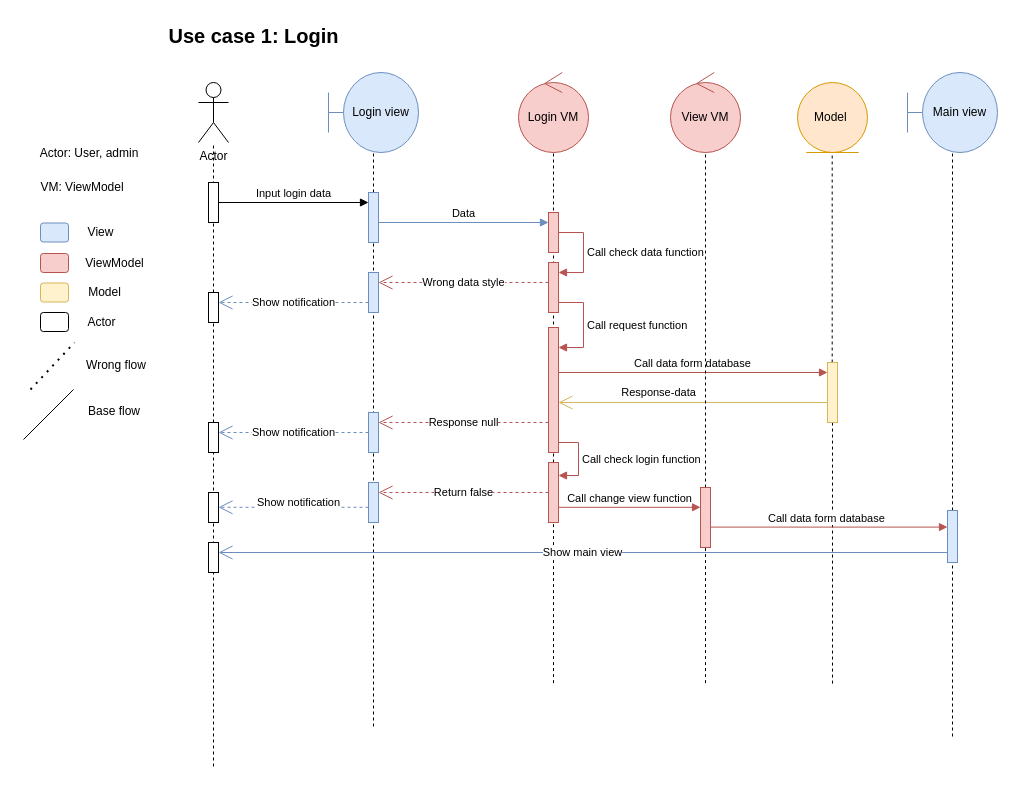
Before: page "Login" (3 of 13) of Diagram.drawio in DnhTrn/finall_project, a draw.io diagram. Source tidied: cells renumbered, new cells numbered last; positions are measured from the earlier drawing's top-left corner, leaving out a move shared by most shapes. Both pictures are drawn from the tidied source at 100%, with x=0, y=0 at pixel (17, 17).
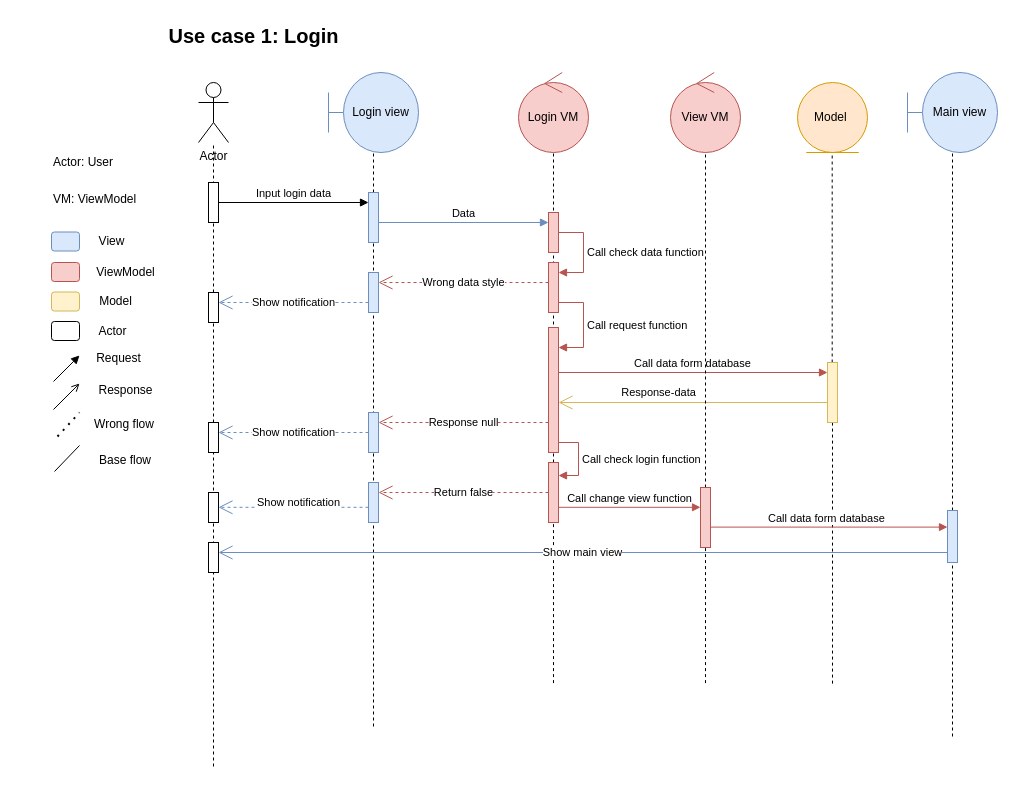
The same page after the edit.

The edit, as a diff of the source:
```diff
@@
-    <mxCell id="53" value="&lt;div style=&quot;text-align: left;&quot;&gt;&lt;span style=&quot;background-color: initial;&quot;&gt;VM: ViewModel&lt;/span&gt;&lt;/div&gt;" style="text;html=1;align=center;verticalAlign=middle;whiteSpace=wrap;rounded=0;" parent="1" vertex="1">
-      <mxGeometry y="155" width="130" height="30" as="geometry" />
+    <mxCell id="53" value="&lt;div style=&quot;&quot;&gt;&lt;span style=&quot;background-color: initial;&quot;&gt;VM: ViewModel&lt;/span&gt;&lt;/div&gt;" style="text;html=1;align=left;verticalAlign=middle;whiteSpace=wrap;rounded=0;" parent="1" vertex="1">
+      <mxGeometry x="34" y="167" width="101" height="30" as="geometry" />
     </mxCell>
-    <mxCell id="54" style="rounded=1;whiteSpace=wrap;html=1;fillColor=#dae8fc;strokeColor=#6c8ebf;" parent="1" vertex="1">
-      <mxGeometry x="23" y="205.5" width="28" height="19" as="geometry" />
-    </mxCell>
+    <mxCell id="68" style="rounded=1;whiteSpace=wrap;html=1;fillColor=#dae8fc;strokeColor=#6c8ebf;" parent="1" vertex="1">
+      <mxGeometry x="34" y="214.5" width="28" height="19" as="geometry" />
+    </mxCell>
     <mxCell id="55" value="View" style="text;html=1;align=center;verticalAlign=middle;strokeColor=none;fillColor=none;" parent="1" vertex="1">
-      <mxGeometry x="61" y="202" width="44" height="26" as="geometry" />
+      <mxGeometry x="72" y="211" width="44" height="26" as="geometry" />
     </mxCell>
-    <mxCell id="56" style="rounded=1;whiteSpace=wrap;html=1;fillColor=#f8cecc;strokeColor=#b85450;" parent="1" vertex="1">
-      <mxGeometry x="23" y="236" width="28" height="19" as="geometry" />
-    </mxCell>
+    <mxCell id="69" style="rounded=1;whiteSpace=wrap;html=1;fillColor=#f8cecc;strokeColor=#b85450;" parent="1" vertex="1">
+      <mxGeometry x="34" y="245" width="28" height="19" as="geometry" />
+    </mxCell>
     <mxCell id="57" value="ViewModel" style="text;html=1;align=center;verticalAlign=middle;strokeColor=none;fillColor=none;" parent="1" vertex="1">
-      <mxGeometry x="59" y="232.5" width="76" height="26" as="geometry" />
+      <mxGeometry x="70" y="241.5" width="76" height="26" as="geometry" />
     </mxCell>
-    <mxCell id="58" style="rounded=1;whiteSpace=wrap;html=1;fillColor=#fff2cc;strokeColor=#d6b656;" parent="1" vertex="1">
-      <mxGeometry x="23" y="265.5" width="28" height="19" as="geometry" />
-    </mxCell>
+    <mxCell id="70" style="rounded=1;whiteSpace=wrap;html=1;fillColor=#fff2cc;strokeColor=#d6b656;" parent="1" vertex="1">
+      <mxGeometry x="34" y="274.5" width="28" height="19" as="geometry" />
+    </mxCell>
     <mxCell id="59" value="Model" style="text;html=1;align=center;verticalAlign=middle;strokeColor=none;fillColor=none;" parent="1" vertex="1">
-      <mxGeometry x="61" y="262" width="51" height="26" as="geometry" />
+      <mxGeometry x="72" y="271" width="51" height="26" as="geometry" />
     </mxCell>
-    <mxCell id="60" style="endArrow=none;dashed=1;html=1;dashPattern=1 3;strokeWidth=2;rounded=0;" parent="1" edge="1">
-      <mxGeometry relative="1" as="geometry">
-        <mxPoint x="13" y="372" as="sourcePoint" />
-        <mxPoint x="57" y="325" as="targetPoint" />
-      </mxGeometry>
-    </mxCell>
+    <mxCell id="71" style="endArrow=none;dashed=1;html=1;dashPattern=1 3;strokeWidth=2;rounded=0;" parent="1" edge="1">
+      <mxGeometry relative="1" as="geometry">
+        <mxPoint x="40" y="419" as="sourcePoint" />
+        <mxPoint x="62" y="395" as="targetPoint" />
+      </mxGeometry>
+    </mxCell>
     <mxCell id="61" value="Wrong flow" style="text;html=1;align=center;verticalAlign=middle;whiteSpace=wrap;rounded=0;" parent="1" vertex="1">
-      <mxGeometry x="61" y="333" width="76" height="30" as="geometry" />
+      <mxGeometry x="69" y="392" width="76" height="30" as="geometry" />
     </mxCell>
-    <mxCell id="62" style="endArrow=none;html=1;rounded=0;" parent="1" edge="1">
-      <mxGeometry relative="1" as="geometry">
-        <mxPoint x="6" y="422" as="sourcePoint" />
-        <mxPoint x="56" y="372" as="targetPoint" />
-      </mxGeometry>
-    </mxCell>
+    <mxCell id="72" style="endArrow=none;html=1;rounded=0;" parent="1" edge="1">
+      <mxGeometry relative="1" as="geometry">
+        <mxPoint x="37" y="454" as="sourcePoint" />
+        <mxPoint x="62" y="428" as="targetPoint" />
+      </mxGeometry>
+    </mxCell>
     <mxCell id="63" value="Base flow" style="text;html=1;align=center;verticalAlign=middle;whiteSpace=wrap;rounded=0;" parent="1" vertex="1">
-      <mxGeometry x="59" y="379" width="76" height="30" as="geometry" />
+      <mxGeometry x="70" y="428" width="76" height="30" as="geometry" />
     </mxCell>
-    <mxCell id="64" value="&lt;div style=&quot;&quot;&gt;&lt;br&gt;&lt;/div&gt;" style="text;html=1;align=left;verticalAlign=middle;strokeColor=none;fillColor=none;" parent="1" vertex="1">
-      <mxGeometry x="22" y="121" width="18" height="26" as="geometry" />
-    </mxCell>
-    <mxCell id="65" value="&lt;div style=&quot;text-align: left;&quot;&gt;&lt;span style=&quot;background-color: initial;&quot;&gt;Actor: User, admin&lt;/span&gt;&lt;/div&gt;" style="text;html=1;align=center;verticalAlign=middle;whiteSpace=wrap;rounded=0;" parent="1" vertex="1">
-      <mxGeometry x="7" y="121" width="130" height="30" as="geometry" />
-    </mxCell>
-    <mxCell id="66" style="rounded=1;whiteSpace=wrap;html=1;" parent="1" vertex="1">
-      <mxGeometry x="23" y="295" width="28" height="19" as="geometry" />
-    </mxCell>
+    <mxCell id="73" value="&lt;div style=&quot;&quot;&gt;&lt;br&gt;&lt;/div&gt;" style="text;html=1;align=left;verticalAlign=middle;strokeColor=none;fillColor=none;" parent="1" vertex="1">
+      <mxGeometry x="33" y="130" width="18" height="26" as="geometry" />
+    </mxCell>
+    <mxCell id="74" value="&lt;div style=&quot;&quot;&gt;&lt;span style=&quot;background-color: initial;&quot;&gt;Actor: User&lt;/span&gt;&lt;/div&gt;" style="text;html=1;align=left;verticalAlign=middle;whiteSpace=wrap;rounded=0;" parent="1" vertex="1">
+      <mxGeometry x="34" y="130" width="89" height="30" as="geometry" />
+    </mxCell>
+    <mxCell id="75" style="rounded=1;whiteSpace=wrap;html=1;" parent="1" vertex="1">
+      <mxGeometry x="34" y="304" width="28" height="19" as="geometry" />
+    </mxCell>
     <mxCell id="67" value="Actor" style="text;html=1;align=center;verticalAlign=middle;strokeColor=none;fillColor=none;" parent="1" vertex="1">
-      <mxGeometry x="61" y="291.5" width="46" height="26" as="geometry" />
+      <mxGeometry x="72" y="300.5" width="46" height="26" as="geometry" />
     </mxCell>
+    <mxCell id="76" style="endArrow=block;html=1;rounded=0;endFill=1;" parent="1" edge="1">
+      <mxGeometry relative="1" as="geometry">
+        <mxPoint x="36" y="364" as="sourcePoint" />
+        <mxPoint x="62" y="338" as="targetPoint" />
+      </mxGeometry>
+    </mxCell>
+    <mxCell id="77" value="Request" style="text;html=1;align=center;verticalAlign=middle;strokeColor=none;fillColor=none;" parent="1" vertex="1">
+      <mxGeometry x="69" y="328" width="63" height="26" as="geometry" />
+    </mxCell>
+    <mxCell id="78" style="endArrow=open;html=1;rounded=0;endFill=0;" parent="1" edge="1">
+      <mxGeometry relative="1" as="geometry">
+        <mxPoint x="36" y="392" as="sourcePoint" />
+        <mxPoint x="62" y="366" as="targetPoint" />
+      </mxGeometry>
+    </mxCell>
+    <mxCell id="79" value="Response" style="text;html=1;align=center;verticalAlign=middle;strokeColor=none;fillColor=none;" parent="1" vertex="1">
+      <mxGeometry x="72" y="360" width="72" height="26" as="geometry" />
+    </mxCell>
```
